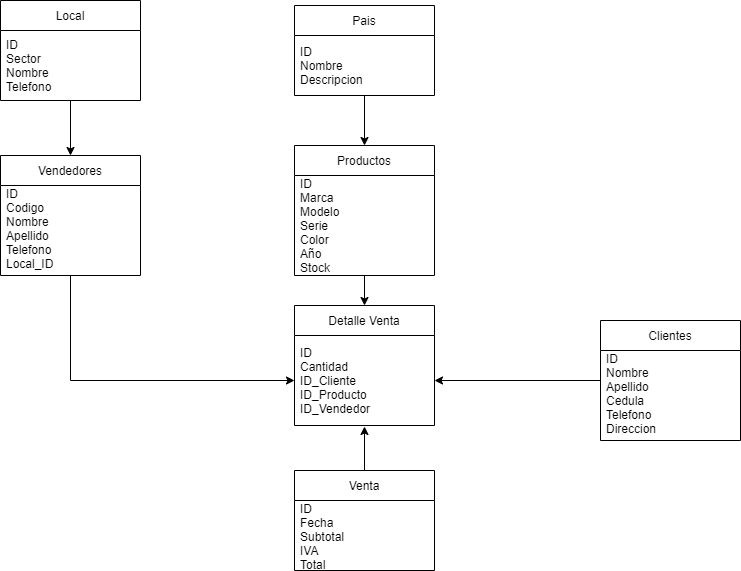
Before: Venta.drawio.png, a diagram exported from draw.io (DxBaxterLu/Ventas). Source tidied: cells renumbered, new cells last; positions are measured from the earlier drawing's top-left corner, leaving out a move shared by most shapes. The source it was exported from:
```xml
<mxGraphModel>
  <root>
    <mxCell id="0" />
    <mxCell id="1" parent="0" />
    <mxCell id="2" style="edgeStyle=orthogonalEdgeStyle;rounded=0;jettySize=auto;html=1;entryX=0.5;entryY=0;entryDx=0;entryDy=0;" parent="1" edge="1" source="3" target="12">
      <mxGeometry relative="1" as="geometry" />
    </mxCell>
    <mxCell id="3" value="Pais" style="swimlane;fontStyle=0;horizontal=1;startSize=30;" parent="1" vertex="1">
      <mxGeometry x="294" y="5" width="140" height="90" as="geometry" />
    </mxCell>
    <mxCell id="4" value="ID&#10;Nombre&#10;Descripcion" style="text;strokeColor=none;fillColor=none;align=left;verticalAlign=middle;spacingLeft=4;spacingRight=4;overflow=hidden;" parent="3" vertex="1">
      <mxGeometry y="30" width="140" height="60" as="geometry" />
    </mxCell>
    <mxCell id="5" style="edgeStyle=orthogonalEdgeStyle;rounded=0;jettySize=auto;html=1;entryX=0.5;entryY=0;entryDx=0;entryDy=0;" parent="1" edge="1" source="6" target="15">
      <mxGeometry relative="1" as="geometry" />
    </mxCell>
    <mxCell id="6" value="Local" style="swimlane;fontStyle=0;horizontal=1;startSize=30;" parent="1" vertex="1">
      <mxGeometry width="140" height="100" as="geometry" />
    </mxCell>
    <mxCell id="7" value="ID&#10;Sector&#10;Nombre&#10;Telefono" style="text;strokeColor=none;fillColor=none;align=left;verticalAlign=middle;spacingLeft=4;spacingRight=4;overflow=hidden;" parent="6" vertex="1">
      <mxGeometry y="30" width="140" height="70" as="geometry" />
    </mxCell>
    <mxCell id="8" style="edgeStyle=orthogonalEdgeStyle;rounded=0;jettySize=auto;html=1;entryX=1;entryY=0.5;entryDx=0;entryDy=0;" parent="1" edge="1" source="9" target="18">
      <mxGeometry relative="1" as="geometry" />
    </mxCell>
    <mxCell id="9" value="Clientes" style="swimlane;fontStyle=0;horizontal=1;startSize=30;" parent="1" vertex="1">
      <mxGeometry x="600" y="320" width="140" height="120" as="geometry" />
    </mxCell>
    <mxCell id="10" value="ID&#10;Nombre&#10;Apellido&#10;Cedula&#10;Telefono&#10;Direccion&#10;" style="text;strokeColor=none;fillColor=none;align=left;verticalAlign=middle;spacingLeft=4;spacingRight=4;overflow=hidden;points=[[0,0.5],[1,0.5]];portConstraint=eastwest;" parent="9" vertex="1">
      <mxGeometry y="30" width="140" height="90" as="geometry" />
    </mxCell>
    <mxCell id="11" style="edgeStyle=orthogonalEdgeStyle;rounded=0;jettySize=auto;html=1;entryX=0.5;entryY=0;entryDx=0;entryDy=0;" parent="1" edge="1" source="12" target="17">
      <mxGeometry relative="1" as="geometry" />
    </mxCell>
    <mxCell id="12" value="Productos" style="swimlane;fontStyle=0;horizontal=1;startSize=30;" parent="1" vertex="1">
      <mxGeometry x="294" y="145" width="140" height="130" as="geometry" />
    </mxCell>
    <mxCell id="13" value="ID&#10;Marca&#10;Modelo&#10;Serie&#10;Color&#10;Año&#10;Stock" style="text;strokeColor=none;fillColor=none;align=left;verticalAlign=middle;spacingLeft=4;spacingRight=4;overflow=hidden;" parent="12" vertex="1">
      <mxGeometry y="30" width="140" height="100" as="geometry" />
    </mxCell>
    <mxCell id="14" style="edgeStyle=orthogonalEdgeStyle;rounded=0;jettySize=auto;html=1;entryX=0;entryY=0.5;entryDx=0;entryDy=0;" parent="1" edge="1" source="15" target="18">
      <mxGeometry relative="1" as="geometry" />
    </mxCell>
    <mxCell id="15" value="Vendedores" style="swimlane;fontStyle=0;horizontal=1;startSize=30;" parent="1" vertex="1">
      <mxGeometry y="155" width="140" height="120" as="geometry" />
    </mxCell>
    <mxCell id="16" value="ID&#10;Codigo&#10;Nombre&#10;Apellido&#10;Telefono&#10;Local_ID&#10;" style="text;strokeColor=none;fillColor=none;align=left;verticalAlign=middle;spacingLeft=4;spacingRight=4;overflow=hidden;points=[[0,0.5],[1,0.5]];portConstraint=eastwest;" parent="15" vertex="1">
      <mxGeometry y="30" width="140" height="90" as="geometry" />
    </mxCell>
    <mxCell id="17" value="Detalle Venta" style="swimlane;fontStyle=0;horizontal=1;startSize=30;" parent="1" vertex="1">
      <mxGeometry x="294" y="305" width="140" height="120" as="geometry" />
    </mxCell>
    <mxCell id="18" value="ID&#10;Cantidad&#10;ID_Cliente&#10;ID_Producto&#10;ID_Vendedor" style="text;strokeColor=none;fillColor=none;align=left;verticalAlign=middle;spacingLeft=4;spacingRight=4;overflow=hidden;points=[[0,0.5],[1,0.5]];portConstraint=eastwest;" parent="17" vertex="1">
      <mxGeometry y="30" width="140" height="90" as="geometry" />
    </mxCell>
    <mxCell id="19" style="edgeStyle=orthogonalEdgeStyle;rounded=0;jettySize=auto;html=1;exitX=0.5;exitY=0;exitDx=0;exitDy=0;entryX=0.5;entryY=1.011;entryDx=0;entryDy=0;entryPerimeter=0;" parent="1" edge="1" source="20" target="18">
      <mxGeometry relative="1" as="geometry" />
    </mxCell>
    <mxCell id="20" value="Venta" style="swimlane;fontStyle=0;horizontal=1;startSize=30;" parent="1" vertex="1">
      <mxGeometry x="294" y="470" width="140" height="100" as="geometry" />
    </mxCell>
    <mxCell id="21" value="ID&#10;Fecha&#10;Subtotal&#10;IVA&#10;Total" style="text;strokeColor=none;fillColor=none;align=left;verticalAlign=middle;spacingLeft=4;spacingRight=4;overflow=hidden;points=[[0,0.5],[1,0.5]];portConstraint=eastwest;" parent="20" vertex="1">
      <mxGeometry y="30" width="140" height="70" as="geometry" />
    </mxCell>
  </root>
</mxGraphModel>
```
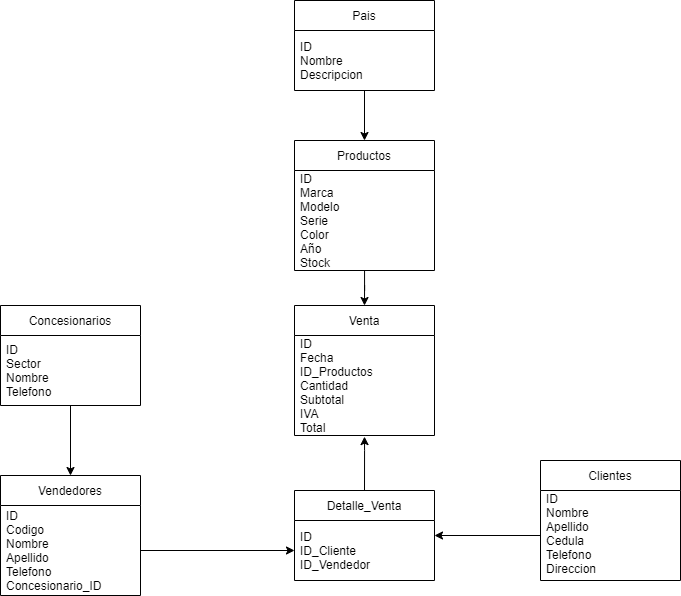
Above is the later version.

Commit message:
Modificacion del grafico

The edit, as a diff of the source:
```diff
@@ -14,53 +14,58 @@
     <mxCell id="5" style="edgeStyle=orthogonalEdgeStyle;rounded=0;jettySize=auto;html=1;entryX=0.5;entryY=0;entryDx=0;entryDy=0;" parent="1" edge="1" source="6" target="15">
       <mxGeometry relative="1" as="geometry" />
     </mxCell>
-    <mxCell id="6" value="Local" style="swimlane;fontStyle=0;horizontal=1;startSize=30;" parent="1" vertex="1">
-      <mxGeometry width="140" height="100" as="geometry" />
+    <mxCell id="6" value="Concesionarios" style="swimlane;fontStyle=0;horizontal=1;startSize=30;" parent="1" vertex="1">
+      <mxGeometry y="310" width="140" height="100" as="geometry" />
     </mxCell>
     <mxCell id="7" value="ID&#10;Sector&#10;Nombre&#10;Telefono" style="text;strokeColor=none;fillColor=none;align=left;verticalAlign=middle;spacingLeft=4;spacingRight=4;overflow=hidden;" parent="6" vertex="1">
       <mxGeometry y="30" width="140" height="70" as="geometry" />
     </mxCell>
-    <mxCell id="8" style="edgeStyle=orthogonalEdgeStyle;rounded=0;jettySize=auto;html=1;entryX=1;entryY=0.5;entryDx=0;entryDy=0;" parent="1" edge="1" source="9" target="18">
-      <mxGeometry relative="1" as="geometry" />
-    </mxCell>
     <mxCell id="9" value="Clientes" style="swimlane;fontStyle=0;horizontal=1;startSize=30;" parent="1" vertex="1">
-      <mxGeometry x="600" y="320" width="140" height="120" as="geometry" />
+      <mxGeometry x="540" y="465" width="140" height="120" as="geometry" />
     </mxCell>
     <mxCell id="10" value="ID&#10;Nombre&#10;Apellido&#10;Cedula&#10;Telefono&#10;Direccion&#10;" style="text;strokeColor=none;fillColor=none;align=left;verticalAlign=middle;spacingLeft=4;spacingRight=4;overflow=hidden;points=[[0,0.5],[1,0.5]];portConstraint=eastwest;" parent="9" vertex="1">
       <mxGeometry y="30" width="140" height="90" as="geometry" />
     </mxCell>
-    <mxCell id="11" style="edgeStyle=orthogonalEdgeStyle;rounded=0;jettySize=auto;html=1;entryX=0.5;entryY=0;entryDx=0;entryDy=0;" parent="1" edge="1" source="12" target="17">
-      <mxGeometry relative="1" as="geometry" />
-    </mxCell>
+    <mxCell id="22" style="edgeStyle=orthogonalEdgeStyle;rounded=0;jettySize=auto;html=1;entryX=0.5;entryY=0;entryDx=0;entryDy=0;" parent="1" edge="1" source="12" target="20">
+      <mxGeometry relative="1" as="geometry" />
+    </mxCell>
     <mxCell id="12" value="Productos" style="swimlane;fontStyle=0;horizontal=1;startSize=30;" parent="1" vertex="1">
       <mxGeometry x="294" y="145" width="140" height="130" as="geometry" />
     </mxCell>
     <mxCell id="13" value="ID&#10;Marca&#10;Modelo&#10;Serie&#10;Color&#10;Año&#10;Stock" style="text;strokeColor=none;fillColor=none;align=left;verticalAlign=middle;spacingLeft=4;spacingRight=4;overflow=hidden;" parent="12" vertex="1">
       <mxGeometry y="30" width="140" height="100" as="geometry" />
     </mxCell>
-    <mxCell id="14" style="edgeStyle=orthogonalEdgeStyle;rounded=0;jettySize=auto;html=1;entryX=0;entryY=0.5;entryDx=0;entryDy=0;" parent="1" edge="1" source="15" target="18">
-      <mxGeometry relative="1" as="geometry" />
-    </mxCell>
     <mxCell id="15" value="Vendedores" style="swimlane;fontStyle=0;horizontal=1;startSize=30;" parent="1" vertex="1">
-      <mxGeometry y="155" width="140" height="120" as="geometry" />
+      <mxGeometry y="480" width="140" height="120" as="geometry" />
     </mxCell>
-    <mxCell id="16" value="ID&#10;Codigo&#10;Nombre&#10;Apellido&#10;Telefono&#10;Local_ID&#10;" style="text;strokeColor=none;fillColor=none;align=left;verticalAlign=middle;spacingLeft=4;spacingRight=4;overflow=hidden;points=[[0,0.5],[1,0.5]];portConstraint=eastwest;" parent="15" vertex="1">
+    <mxCell id="16" value="ID&#10;Codigo&#10;Nombre&#10;Apellido&#10;Telefono&#10;Concesionario_ID" style="text;strokeColor=none;fillColor=none;align=left;verticalAlign=middle;spacingLeft=4;spacingRight=4;overflow=hidden;points=[[0,0.5],[1,0.5]];portConstraint=eastwest;" parent="15" vertex="1">
       <mxGeometry y="30" width="140" height="90" as="geometry" />
     </mxCell>
+    <mxCell id="23" style="edgeStyle=orthogonalEdgeStyle;rounded=0;jettySize=auto;html=1;exitX=0.5;exitY=0;exitDx=0;exitDy=0;entryX=0.5;entryY=1.011;entryDx=0;entryDy=0;entryPerimeter=0;" parent="1" edge="1" source="17" target="21">
+      <mxGeometry relative="1" as="geometry">
+        <Array as="points">
+          <mxPoint x="364" y="455" />
+          <mxPoint x="364" y="455" />
+        </Array>
+      </mxGeometry>
+    </mxCell>
-    <mxCell id="17" value="Detalle Venta" style="swimlane;fontStyle=0;horizontal=1;startSize=30;" parent="1" vertex="1">
-      <mxGeometry x="294" y="305" width="140" height="120" as="geometry" />
+    <mxCell id="17" value="Detalle_Venta" style="swimlane;fontStyle=0;horizontal=1;startSize=30;" parent="1" vertex="1">
+      <mxGeometry x="294" y="495" width="140" height="90" as="geometry" />
     </mxCell>
-    <mxCell id="18" value="ID&#10;Cantidad&#10;ID_Cliente&#10;ID_Producto&#10;ID_Vendedor" style="text;strokeColor=none;fillColor=none;align=left;verticalAlign=middle;spacingLeft=4;spacingRight=4;overflow=hidden;points=[[0,0.5],[1,0.5]];portConstraint=eastwest;" parent="17" vertex="1">
-      <mxGeometry y="30" width="140" height="90" as="geometry" />
+    <mxCell id="18" value="ID&#10;ID_Cliente&#10;ID_Vendedor" style="text;strokeColor=none;fillColor=none;align=left;verticalAlign=middle;spacingLeft=4;spacingRight=4;overflow=hidden;points=[[0,0.5],[1,0.5]];portConstraint=eastwest;" parent="17" vertex="1">
+      <mxGeometry y="30" width="140" height="60" as="geometry" />
     </mxCell>
-    <mxCell id="19" style="edgeStyle=orthogonalEdgeStyle;rounded=0;jettySize=auto;html=1;exitX=0.5;exitY=0;exitDx=0;exitDy=0;entryX=0.5;entryY=1.011;entryDx=0;entryDy=0;entryPerimeter=0;" parent="1" edge="1" source="20" target="18">
-      <mxGeometry relative="1" as="geometry" />
-    </mxCell>
     <mxCell id="20" value="Venta" style="swimlane;fontStyle=0;horizontal=1;startSize=30;" parent="1" vertex="1">
-      <mxGeometry x="294" y="470" width="140" height="100" as="geometry" />
+      <mxGeometry x="294" y="310" width="140" height="130" as="geometry" />
     </mxCell>
-    <mxCell id="21" value="ID&#10;Fecha&#10;Subtotal&#10;IVA&#10;Total" style="text;strokeColor=none;fillColor=none;align=left;verticalAlign=middle;spacingLeft=4;spacingRight=4;overflow=hidden;points=[[0,0.5],[1,0.5]];portConstraint=eastwest;" parent="20" vertex="1">
-      <mxGeometry y="30" width="140" height="70" as="geometry" />
+    <mxCell id="21" value="ID&#10;Fecha&#10;ID_Productos&#10;Cantidad&#10;Subtotal&#10;IVA&#10;Total" style="text;strokeColor=none;fillColor=none;align=left;verticalAlign=middle;spacingLeft=4;spacingRight=4;overflow=hidden;points=[[0,0.5],[1,0.5]];portConstraint=eastwest;" parent="20" vertex="1">
+      <mxGeometry y="30" width="140" height="100" as="geometry" />
     </mxCell>
+    <mxCell id="24" style="edgeStyle=orthogonalEdgeStyle;rounded=0;jettySize=auto;html=1;exitX=0;exitY=0.5;exitDx=0;exitDy=0;entryX=1;entryY=0.5;entryDx=0;entryDy=0;" parent="1" edge="1" source="10" target="17">
+      <mxGeometry relative="1" as="geometry" />
+    </mxCell>
+    <mxCell id="25" style="edgeStyle=orthogonalEdgeStyle;rounded=0;jettySize=auto;html=1;exitX=1;exitY=0.5;exitDx=0;exitDy=0;entryX=0;entryY=0.5;entryDx=0;entryDy=0;" parent="1" edge="1" source="16" target="18">
+      <mxGeometry relative="1" as="geometry" />
+    </mxCell>
   </root>
 </mxGraphModel>
```
